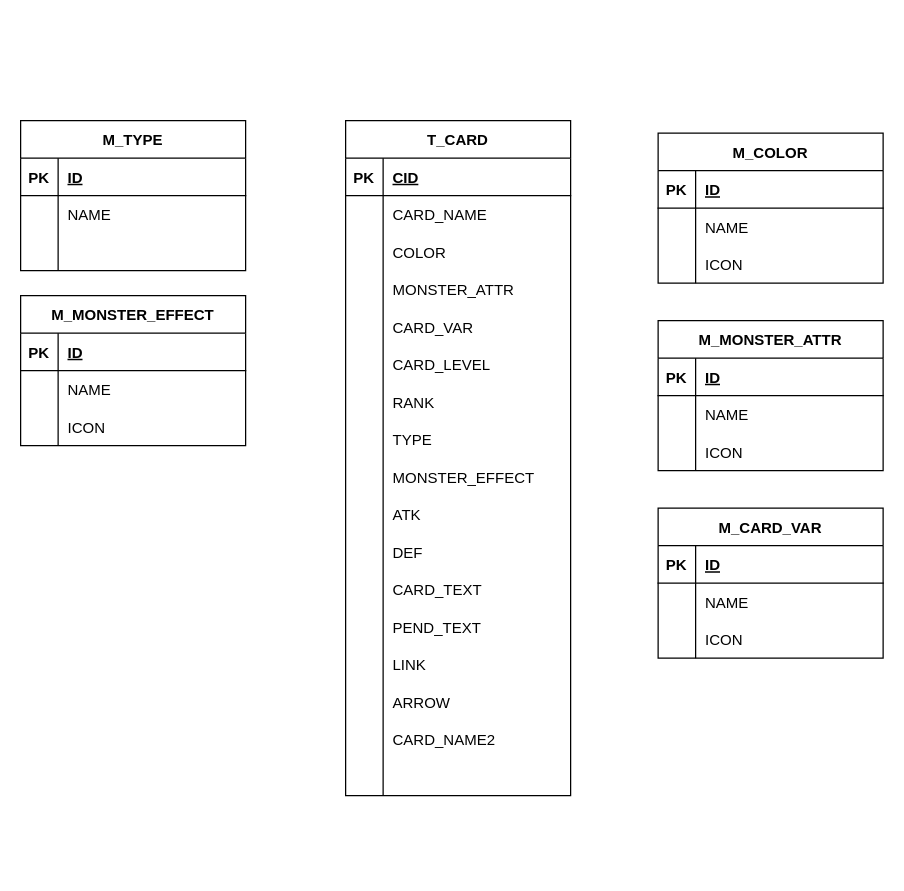
Earlier version of the draw.io diagram Untitled Diagram.drawio (yutampp/proxycardmaker2). Source tidied: cells renumbered, new cells numbered last; positions are measured from the earlier drawing's top-left corner, leaving out a move shared by most shapes. Both pictures are drawn from the tidied source at 125%, with x=0, y=0 at pixel (20, 120).
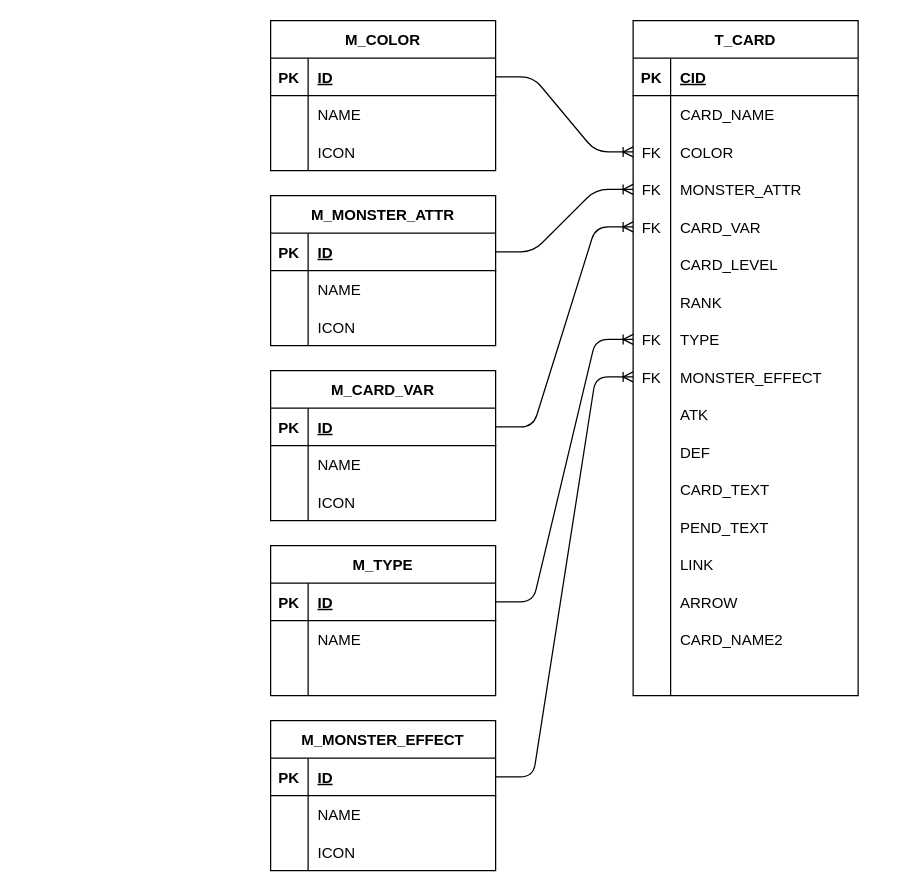
Above is the later version.

Commit message (it also covers changes not shown here):
Untitled Diagram.drawio を更新します

Unchanged cells that the change refers to:
```xml
<mxCell id="3" style="shape=partialRectangle;fillColor=none;top=0;left=0;bottom=1;right=0;points=[[0,0.5],[1,0.5]];portConstraint=eastwest;" parent="2" vertex="1">
  <mxGeometry y="30" width="180" height="30" as="geometry" />
</mxCell>
<mxCell id="13" style="shape=partialRectangle;fillColor=none;top=0;left=0;bottom=1;right=0;points=[[0,0.5],[1,0.5]];portConstraint=eastwest;" parent="12" vertex="1">
  <mxGeometry y="30" width="180" height="30" as="geometry" />
</mxCell>
<mxCell id="23" style="shape=partialRectangle;fillColor=none;top=0;left=0;bottom=1;right=0;points=[[0,0.5],[1,0.5]];portConstraint=eastwest;" parent="22" vertex="1">
  <mxGeometry y="30" width="180" height="30" as="geometry" />
</mxCell>
<mxCell id="33" style="shape=partialRectangle;fillColor=none;top=0;left=0;bottom=1;right=0;points=[[0,0.5],[1,0.5]];portConstraint=eastwest;" parent="32" vertex="1">
  <mxGeometry y="30" width="180" height="30" as="geometry" />
</mxCell>
<mxCell id="43" style="shape=partialRectangle;fillColor=none;top=0;left=0;bottom=1;right=0;points=[[0,0.5],[1,0.5]];portConstraint=eastwest;" parent="42" vertex="1">
  <mxGeometry y="30" width="180" height="30" as="geometry" />
</mxCell>
<mxCell id="59" style="shape=partialRectangle;fillColor=none;top=0;left=0;bottom=0;right=0;points=[[0,0.5],[1,0.5]];portConstraint=eastwest;" parent="52" vertex="1">
  <mxGeometry y="90" width="180" height="30" as="geometry" />
</mxCell>
<mxCell id="62" style="shape=partialRectangle;fillColor=none;top=0;left=0;bottom=0;right=0;points=[[0,0.5],[1,0.5]];portConstraint=eastwest;" parent="52" vertex="1">
  <mxGeometry y="120" width="180" height="30" as="geometry" />
</mxCell>
<mxCell id="65" style="shape=partialRectangle;fillColor=none;top=0;left=0;bottom=0;right=0;points=[[0,0.5],[1,0.5]];portConstraint=eastwest;" parent="52" vertex="1">
  <mxGeometry y="150" width="180" height="30" as="geometry" />
</mxCell>
<mxCell id="74" style="shape=partialRectangle;fillColor=none;top=0;left=0;bottom=0;right=0;points=[[0,0.5],[1,0.5]];portConstraint=eastwest;" parent="52" vertex="1">
  <mxGeometry y="240" width="180" height="30" as="geometry" />
</mxCell>
<mxCell id="77" style="shape=partialRectangle;fillColor=none;top=0;left=0;bottom=0;right=0;points=[[0,0.5],[1,0.5]];portConstraint=eastwest;" parent="52" vertex="1">
  <mxGeometry y="270" width="180" height="30" as="geometry" />
</mxCell>
```

What changed in the source:
```diff
@@
     <mxCell id="2" value="M_COLOR" style="shape=table;startSize=30;childLayout=tableLayout;rowLines=0;fontStyle=1;align=center;" parent="1" vertex="1">
-      <mxGeometry x="510" y="10" width="180" height="120" as="geometry" />
+      <mxGeometry x="200" y="-80" width="180" height="120" as="geometry" />
     </mxCell>
@@
     <mxCell id="12" value="M_MONSTER_ATTR" style="shape=table;startSize=30;childLayout=tableLayout;rowLines=0;fontStyle=1;align=center;" parent="1" vertex="1">
-      <mxGeometry x="510" y="160" width="180" height="120" as="geometry" />
+      <mxGeometry x="200" y="60" width="180" height="120" as="geometry" />
     </mxCell>
@@
     <mxCell id="22" value="M_CARD_VAR" style="shape=table;startSize=30;childLayout=tableLayout;rowLines=0;fontStyle=1;align=center;" parent="1" vertex="1">
-      <mxGeometry x="510" y="310" width="180" height="120" as="geometry" />
+      <mxGeometry x="200" y="200" width="180" height="120" as="geometry" />
     </mxCell>
@@
     <mxCell id="32" value="M_TYPE" style="shape=table;startSize=30;childLayout=tableLayout;rowLines=0;fontStyle=1;align=center;" parent="1" vertex="1">
-      <mxGeometry width="180" height="120" as="geometry" />
+      <mxGeometry x="200" y="340" width="180" height="120" as="geometry" />
     </mxCell>
@@
     <mxCell id="42" value="M_MONSTER_EFFECT" style="shape=table;startSize=30;childLayout=tableLayout;rowLines=0;fontStyle=1;align=center;" parent="1" vertex="1">
-      <mxGeometry y="140" width="180" height="120" as="geometry" />
+      <mxGeometry x="200" y="480" width="180" height="120" as="geometry" />
     </mxCell>
@@
+    <mxCell id="104" style="edgeStyle=entityRelationEdgeStyle;fontSize=12;html=1;endArrow=ERoneToMany;exitX=1;exitY=0.5;exitDx=0;exitDy=0;" parent="1" edge="1" source="3" target="59">
+      <mxGeometry relative="1" as="geometry" />
+    </mxCell>
     <mxCell id="52" value="T_CARD" style="shape=table;startSize=30;childLayout=tableLayout;rowLines=0;fontStyle=1;align=center;" parent="1" vertex="1">
-      <mxGeometry x="260" width="180" height="540" as="geometry" />
+      <mxGeometry x="490" y="-80" width="180" height="540" as="geometry" />
     </mxCell>
@@
-    <mxCell id="60" style="shape=partialRectangle;fillColor=none;top=0;left=0;bottom=0;right=0;overflow=hidden;" parent="59" vertex="1">
+    <mxCell id="60" value="FK" style="shape=partialRectangle;fillColor=none;top=0;left=0;bottom=0;right=0;overflow=hidden;" parent="59" vertex="1">
       <mxGeometry width="30" height="30" as="geometry" />
     </mxCell>
@@
-    <mxCell id="63" style="shape=partialRectangle;fillColor=none;top=0;left=0;bottom=0;right=0;overflow=hidden;" parent="62" vertex="1">
+    <mxCell id="63" value="FK" style="shape=partialRectangle;fillColor=none;top=0;left=0;bottom=0;right=0;overflow=hidden;" parent="62" vertex="1">
       <mxGeometry width="30" height="30" as="geometry" />
     </mxCell>
@@
-    <mxCell id="66" style="shape=partialRectangle;fillColor=none;top=0;left=0;bottom=0;right=0;overflow=hidden;" parent="65" vertex="1">
+    <mxCell id="66" value="FK" style="shape=partialRectangle;fillColor=none;top=0;left=0;bottom=0;right=0;overflow=hidden;" parent="65" vertex="1">
       <mxGeometry width="30" height="30" as="geometry" />
     </mxCell>
@@
-    <mxCell id="75" style="shape=partialRectangle;fillColor=none;top=0;left=0;bottom=0;right=0;overflow=hidden;" parent="74" vertex="1">
+    <mxCell id="75" value="FK" style="shape=partialRectangle;fillColor=none;top=0;left=0;bottom=0;right=0;overflow=hidden;" parent="74" vertex="1">
       <mxGeometry width="30" height="30" as="geometry" />
     </mxCell>
@@
-    <mxCell id="78" style="shape=partialRectangle;fillColor=none;top=0;left=0;bottom=0;right=0;overflow=hidden;" parent="77" vertex="1">
+    <mxCell id="78" value="FK" style="shape=partialRectangle;fillColor=none;top=0;left=0;bottom=0;right=0;overflow=hidden;" parent="77" vertex="1">
       <mxGeometry width="30" height="30" as="geometry" />
     </mxCell>
@@
+    <mxCell id="105" style="edgeStyle=entityRelationEdgeStyle;fontSize=12;html=1;endArrow=ERoneToMany;exitX=1;exitY=0.5;exitDx=0;exitDy=0;entryX=0;entryY=0.5;entryDx=0;entryDy=0;" parent="1" edge="1" source="13" target="62">
+      <mxGeometry relative="1" as="geometry" />
+    </mxCell>
+    <mxCell id="106" style="edgeStyle=entityRelationEdgeStyle;fontSize=12;html=1;endArrow=ERoneToMany;exitX=1;exitY=0.5;exitDx=0;exitDy=0;entryX=0;entryY=0.5;entryDx=0;entryDy=0;" parent="1" edge="1" source="23" target="65">
+      <mxGeometry relative="1" as="geometry" />
+    </mxCell>
+    <mxCell id="107" style="edgeStyle=entityRelationEdgeStyle;fontSize=12;html=1;endArrow=ERoneToMany;exitX=1;exitY=0.5;exitDx=0;exitDy=0;entryX=0;entryY=0.5;entryDx=0;entryDy=0;" parent="1" edge="1" source="33" target="74">
+      <mxGeometry relative="1" as="geometry" />
+    </mxCell>
+    <mxCell id="108" style="edgeStyle=entityRelationEdgeStyle;fontSize=12;html=1;endArrow=ERoneToMany;exitX=1;exitY=0.5;exitDx=0;exitDy=0;entryX=0;entryY=0.5;entryDx=0;entryDy=0;" parent="1" edge="1" source="43" target="77">
+      <mxGeometry relative="1" as="geometry" />
+    </mxCell>
```
